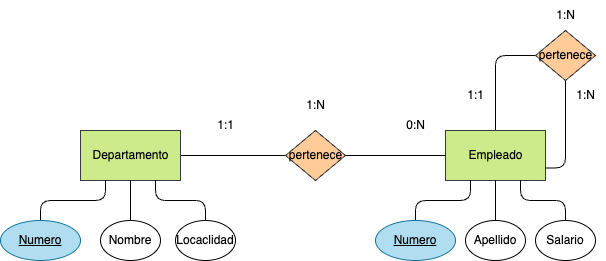
The draw.io diagram Tareas/Unidad_2/tarea1/Ejercicio6a.drawio.png in antonioinigo/base-datos, before a commit. Source tidied: cells renumbered, new cells last; positions are measured from the earlier drawing's top-left corner, leaving out a move shared by most shapes. The source it was exported from:
```xml
<mxGraphModel>
  <root>
    <mxCell id="0" />
    <mxCell id="1" parent="0" />
    <mxCell id="2" style="html=1;entryX=0;entryY=0.5;entryDx=0;entryDy=0;fontColor=#000000;endArrow=none;endFill=0;" parent="1" edge="1" source="3" target="7">
      <mxGeometry relative="1" as="geometry" />
    </mxCell>
    <mxCell id="3" value="&lt;font color=&quot;#000000&quot;&gt;Departamento&lt;/font&gt;" style="html=1;dashed=0;whitespace=wrap;fillColor=#cdeb8b;strokeColor=#36393d;" parent="1" vertex="1">
      <mxGeometry x="80" y="130" width="100" height="50" as="geometry" />
    </mxCell>
    <mxCell id="4" style="edgeStyle=orthogonalEdgeStyle;html=1;endArrow=none;endFill=0;" parent="1" edge="1" source="5">
      <mxGeometry relative="1" as="geometry">
        <mxPoint x="545" y="55" as="targetPoint" />
        <Array as="points">
          <mxPoint x="495" y="55" />
        </Array>
      </mxGeometry>
    </mxCell>
    <mxCell id="5" value="&lt;font color=&quot;#000000&quot;&gt;Empleado&lt;br&gt;&lt;/font&gt;" style="html=1;dashed=0;whitespace=wrap;fillColor=#cdeb8b;strokeColor=#36393d;" parent="1" vertex="1">
      <mxGeometry x="445" y="130" width="100" height="50" as="geometry" />
    </mxCell>
    <mxCell id="6" style="edgeStyle=none;html=1;fontColor=#000000;endArrow=none;endFill=0;" parent="1" edge="1" source="7" target="5">
      <mxGeometry relative="1" as="geometry" />
    </mxCell>
    <mxCell id="7" value="&lt;font color=&quot;#000000&quot;&gt;pertenece&lt;/font&gt;" style="shape=rhombus;html=1;dashed=0;whitespace=wrap;perimeter=rhombusPerimeter;fillColor=#ffcc99;strokeColor=#36393d;" parent="1" vertex="1">
      <mxGeometry x="285" y="130" width="60" height="50" as="geometry" />
    </mxCell>
    <mxCell id="8" value="1:1" style="text;html=1;align=center;verticalAlign=middle;strokeColor=none;fillColor=none;fontColor=#000000;" parent="1" vertex="1">
      <mxGeometry x="205" y="110" width="40" height="30" as="geometry" />
    </mxCell>
    <mxCell id="9" value="0:N" style="text;html=1;align=center;verticalAlign=middle;strokeColor=none;fillColor=none;fontColor=#000000;" parent="1" vertex="1">
      <mxGeometry x="395" y="110" width="40" height="30" as="geometry" />
    </mxCell>
    <mxCell id="10" value="1:N" style="text;html=1;align=center;verticalAlign=middle;strokeColor=none;fillColor=none;fontColor=#000000;" parent="1" vertex="1">
      <mxGeometry x="295" y="90" width="40" height="30" as="geometry" />
    </mxCell>
    <mxCell id="11" style="edgeStyle=orthogonalEdgeStyle;html=1;entryX=1;entryY=0.75;entryDx=0;entryDy=0;endArrow=none;endFill=0;" parent="1" edge="1" source="12" target="5">
      <mxGeometry relative="1" as="geometry" />
    </mxCell>
    <mxCell id="12" value="&lt;font color=&quot;#000000&quot;&gt;pertenece&lt;/font&gt;" style="shape=rhombus;html=1;dashed=0;whitespace=wrap;perimeter=rhombusPerimeter;fillColor=#ffcc99;strokeColor=#36393d;" parent="1" vertex="1">
      <mxGeometry x="535" y="30" width="60" height="50" as="geometry" />
    </mxCell>
    <mxCell id="13" style="edgeStyle=orthogonalEdgeStyle;html=1;entryX=0.25;entryY=1;entryDx=0;entryDy=0;fontColor=#000000;endArrow=none;endFill=0;" parent="1" edge="1" source="14" target="3">
      <mxGeometry relative="1" as="geometry" />
    </mxCell>
    <mxCell id="14" value="&lt;font color=&quot;#000000&quot;&gt;Numero&lt;/font&gt;" style="ellipse;whiteSpace=wrap;html=1;align=center;fontStyle=4;fillColor=#b1ddf0;strokeColor=#10739e;" parent="1" vertex="1">
      <mxGeometry y="220" width="80" height="40" as="geometry" />
    </mxCell>
    <mxCell id="15" style="edgeStyle=orthogonalEdgeStyle;html=1;entryX=0.5;entryY=1;entryDx=0;entryDy=0;fontColor=#000000;endArrow=none;endFill=0;" parent="1" edge="1" source="16" target="3">
      <mxGeometry relative="1" as="geometry" />
    </mxCell>
    <mxCell id="16" value="Nombre" style="ellipse;whiteSpace=wrap;html=1;align=center;fontColor=#000000;" parent="1" vertex="1">
      <mxGeometry x="100" y="220" width="60" height="40" as="geometry" />
    </mxCell>
    <mxCell id="17" style="edgeStyle=orthogonalEdgeStyle;html=1;entryX=0.75;entryY=1;entryDx=0;entryDy=0;fontColor=#000000;endArrow=none;endFill=0;" parent="1" edge="1" source="18" target="3">
      <mxGeometry relative="1" as="geometry" />
    </mxCell>
    <mxCell id="18" value="Locaclidad" style="ellipse;whiteSpace=wrap;html=1;align=center;fontColor=#000000;" parent="1" vertex="1">
      <mxGeometry x="175" y="220" width="60" height="40" as="geometry" />
    </mxCell>
    <mxCell id="19" style="edgeStyle=orthogonalEdgeStyle;html=1;entryX=0.25;entryY=1;entryDx=0;entryDy=0;fontColor=#000000;endArrow=none;endFill=0;" parent="1" edge="1" source="20" target="5">
      <mxGeometry relative="1" as="geometry" />
    </mxCell>
    <mxCell id="20" value="&lt;font color=&quot;#000000&quot;&gt;Numero&lt;/font&gt;" style="ellipse;whiteSpace=wrap;html=1;align=center;fontStyle=4;fillColor=#b1ddf0;strokeColor=#10739e;" parent="1" vertex="1">
      <mxGeometry x="375" y="220" width="80" height="40" as="geometry" />
    </mxCell>
    <mxCell id="21" style="edgeStyle=orthogonalEdgeStyle;html=1;entryX=0.5;entryY=1;entryDx=0;entryDy=0;fontColor=#000000;endArrow=none;endFill=0;" parent="1" edge="1" source="22" target="5">
      <mxGeometry relative="1" as="geometry" />
    </mxCell>
    <mxCell id="22" value="Apellido" style="ellipse;whiteSpace=wrap;html=1;align=center;fontColor=#000000;" parent="1" vertex="1">
      <mxGeometry x="465" y="220" width="60" height="40" as="geometry" />
    </mxCell>
    <mxCell id="23" style="edgeStyle=orthogonalEdgeStyle;html=1;entryX=0.75;entryY=1;entryDx=0;entryDy=0;fontColor=#000000;endArrow=none;endFill=0;" parent="1" edge="1" source="24" target="5">
      <mxGeometry relative="1" as="geometry" />
    </mxCell>
    <mxCell id="24" value="Salario" style="ellipse;whiteSpace=wrap;html=1;align=center;fontColor=#000000;" parent="1" vertex="1">
      <mxGeometry x="535" y="220" width="60" height="40" as="geometry" />
    </mxCell>
    <mxCell id="25" value="1:N" style="text;html=1;align=center;verticalAlign=middle;strokeColor=none;fillColor=none;fontColor=#000000;" parent="1" vertex="1">
      <mxGeometry x="545" width="40" height="30" as="geometry" />
    </mxCell>
    <mxCell id="26" value="1:N" style="text;html=1;align=center;verticalAlign=middle;strokeColor=none;fillColor=none;fontColor=#000000;" parent="1" vertex="1">
      <mxGeometry x="565" y="80" width="40" height="30" as="geometry" />
    </mxCell>
    <mxCell id="27" value="1:1" style="text;html=1;align=center;verticalAlign=middle;strokeColor=none;fillColor=none;fontColor=#000000;" parent="1" vertex="1">
      <mxGeometry x="455" y="80" width="40" height="30" as="geometry" />
    </mxCell>
  </root>
</mxGraphModel>
```
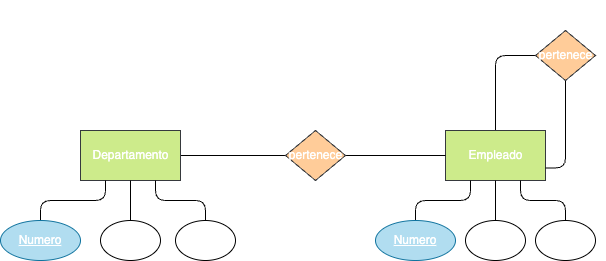
After the commit.

The edit, as a diff of the source:
```diff
@@ -2,13 +2,13 @@
   <root>
     <mxCell id="0" />
     <mxCell id="1" parent="0" />
-    <mxCell id="2" style="html=1;entryX=0;entryY=0.5;entryDx=0;entryDy=0;fontColor=#000000;endArrow=none;endFill=0;" parent="1" edge="1" source="3" target="7">
+    <mxCell id="2" style="html=1;entryX=0;entryY=0.5;entryDx=0;entryDy=0;fontColor=#FFFFFF;endArrow=none;endFill=0;" parent="1" edge="1" source="3" target="7">
       <mxGeometry relative="1" as="geometry" />
     </mxCell>
-    <mxCell id="3" value="&lt;font color=&quot;#000000&quot;&gt;Departamento&lt;/font&gt;" style="html=1;dashed=0;whitespace=wrap;fillColor=#cdeb8b;strokeColor=#36393d;" parent="1" vertex="1">
+    <mxCell id="3" value="&lt;font&gt;Departamento&lt;/font&gt;" style="html=1;dashed=0;whitespace=wrap;fillColor=#cdeb8b;strokeColor=#36393d;fontColor=#FFFFFF;" parent="1" vertex="1">
       <mxGeometry x="80" y="130" width="100" height="50" as="geometry" />
     </mxCell>
-    <mxCell id="4" style="edgeStyle=orthogonalEdgeStyle;html=1;endArrow=none;endFill=0;" parent="1" edge="1" source="5">
+    <mxCell id="4" style="edgeStyle=orthogonalEdgeStyle;html=1;endArrow=none;endFill=0;fontColor=#FFFFFF;" parent="1" edge="1" source="5">
       <mxGeometry relative="1" as="geometry">
         <mxPoint x="545" y="55" as="targetPoint" />
         <Array as="points">
@@ -16,73 +16,73 @@
         </Array>
       </mxGeometry>
     </mxCell>
-    <mxCell id="5" value="&lt;font color=&quot;#000000&quot;&gt;Empleado&lt;br&gt;&lt;/font&gt;" style="html=1;dashed=0;whitespace=wrap;fillColor=#cdeb8b;strokeColor=#36393d;" parent="1" vertex="1">
+    <mxCell id="5" value="&lt;font&gt;Empleado&lt;br&gt;&lt;/font&gt;" style="html=1;dashed=0;whitespace=wrap;fillColor=#cdeb8b;strokeColor=#36393d;fontColor=#FFFFFF;" parent="1" vertex="1">
       <mxGeometry x="445" y="130" width="100" height="50" as="geometry" />
     </mxCell>
-    <mxCell id="6" style="edgeStyle=none;html=1;fontColor=#000000;endArrow=none;endFill=0;" parent="1" edge="1" source="7" target="5">
+    <mxCell id="6" style="edgeStyle=none;html=1;fontColor=#FFFFFF;endArrow=none;endFill=0;" parent="1" edge="1" source="7" target="5">
       <mxGeometry relative="1" as="geometry" />
     </mxCell>
-    <mxCell id="7" value="&lt;font color=&quot;#000000&quot;&gt;pertenece&lt;/font&gt;" style="shape=rhombus;html=1;dashed=0;whitespace=wrap;perimeter=rhombusPerimeter;fillColor=#ffcc99;strokeColor=#36393d;" parent="1" vertex="1">
+    <mxCell id="7" value="&lt;font&gt;pertenece&lt;/font&gt;" style="shape=rhombus;html=1;dashed=0;whitespace=wrap;perimeter=rhombusPerimeter;fillColor=#ffcc99;strokeColor=#36393d;fontColor=#FFFFFF;" parent="1" vertex="1">
       <mxGeometry x="285" y="130" width="60" height="50" as="geometry" />
     </mxCell>
-    <mxCell id="8" value="1:1" style="text;html=1;align=center;verticalAlign=middle;strokeColor=none;fillColor=none;fontColor=#000000;" parent="1" vertex="1">
+    <mxCell id="8" value="1:1" style="text;html=1;align=center;verticalAlign=middle;strokeColor=none;fillColor=none;fontColor=#FFFFFF;" parent="1" vertex="1">
       <mxGeometry x="205" y="110" width="40" height="30" as="geometry" />
     </mxCell>
-    <mxCell id="9" value="0:N" style="text;html=1;align=center;verticalAlign=middle;strokeColor=none;fillColor=none;fontColor=#000000;" parent="1" vertex="1">
+    <mxCell id="9" value="0:N" style="text;html=1;align=center;verticalAlign=middle;strokeColor=none;fillColor=none;fontColor=#FFFFFF;" parent="1" vertex="1">
       <mxGeometry x="395" y="110" width="40" height="30" as="geometry" />
     </mxCell>
-    <mxCell id="10" value="1:N" style="text;html=1;align=center;verticalAlign=middle;strokeColor=none;fillColor=none;fontColor=#000000;" parent="1" vertex="1">
+    <mxCell id="10" value="1:N" style="text;html=1;align=center;verticalAlign=middle;strokeColor=none;fillColor=none;fontColor=#FFFFFF;" parent="1" vertex="1">
       <mxGeometry x="295" y="90" width="40" height="30" as="geometry" />
     </mxCell>
-    <mxCell id="11" style="edgeStyle=orthogonalEdgeStyle;html=1;entryX=1;entryY=0.75;entryDx=0;entryDy=0;endArrow=none;endFill=0;" parent="1" edge="1" source="12" target="5">
+    <mxCell id="11" style="edgeStyle=orthogonalEdgeStyle;html=1;entryX=1;entryY=0.75;entryDx=0;entryDy=0;endArrow=none;endFill=0;fontColor=#FFFFFF;" parent="1" edge="1" source="12" target="5">
       <mxGeometry relative="1" as="geometry" />
     </mxCell>
-    <mxCell id="12" value="&lt;font color=&quot;#000000&quot;&gt;pertenece&lt;/font&gt;" style="shape=rhombus;html=1;dashed=0;whitespace=wrap;perimeter=rhombusPerimeter;fillColor=#ffcc99;strokeColor=#36393d;" parent="1" vertex="1">
+    <mxCell id="12" value="&lt;font&gt;pertenece&lt;/font&gt;" style="shape=rhombus;html=1;dashed=0;whitespace=wrap;perimeter=rhombusPerimeter;fillColor=#ffcc99;strokeColor=#36393d;fontColor=#FFFFFF;" parent="1" vertex="1">
       <mxGeometry x="535" y="30" width="60" height="50" as="geometry" />
     </mxCell>
-    <mxCell id="13" style="edgeStyle=orthogonalEdgeStyle;html=1;entryX=0.25;entryY=1;entryDx=0;entryDy=0;fontColor=#000000;endArrow=none;endFill=0;" parent="1" edge="1" source="14" target="3">
+    <mxCell id="13" style="edgeStyle=orthogonalEdgeStyle;html=1;entryX=0.25;entryY=1;entryDx=0;entryDy=0;fontColor=#FFFFFF;endArrow=none;endFill=0;" parent="1" edge="1" source="14" target="3">
       <mxGeometry relative="1" as="geometry" />
     </mxCell>
-    <mxCell id="14" value="&lt;font color=&quot;#000000&quot;&gt;Numero&lt;/font&gt;" style="ellipse;whiteSpace=wrap;html=1;align=center;fontStyle=4;fillColor=#b1ddf0;strokeColor=#10739e;" parent="1" vertex="1">
+    <mxCell id="14" value="&lt;font&gt;Numero&lt;/font&gt;" style="ellipse;whiteSpace=wrap;html=1;align=center;fontStyle=4;fillColor=#b1ddf0;strokeColor=#10739e;fontColor=#FFFFFF;" parent="1" vertex="1">
       <mxGeometry y="220" width="80" height="40" as="geometry" />
     </mxCell>
-    <mxCell id="15" style="edgeStyle=orthogonalEdgeStyle;html=1;entryX=0.5;entryY=1;entryDx=0;entryDy=0;fontColor=#000000;endArrow=none;endFill=0;" parent="1" edge="1" source="16" target="3">
+    <mxCell id="15" style="edgeStyle=orthogonalEdgeStyle;html=1;entryX=0.5;entryY=1;entryDx=0;entryDy=0;fontColor=#FFFFFF;endArrow=none;endFill=0;" parent="1" edge="1" source="16" target="3">
       <mxGeometry relative="1" as="geometry" />
     </mxCell>
-    <mxCell id="16" value="Nombre" style="ellipse;whiteSpace=wrap;html=1;align=center;fontColor=#000000;" parent="1" vertex="1">
+    <mxCell id="16" value="Nombre" style="ellipse;whiteSpace=wrap;html=1;align=center;fontColor=#FFFFFF;" parent="1" vertex="1">
       <mxGeometry x="100" y="220" width="60" height="40" as="geometry" />
     </mxCell>
-    <mxCell id="17" style="edgeStyle=orthogonalEdgeStyle;html=1;entryX=0.75;entryY=1;entryDx=0;entryDy=0;fontColor=#000000;endArrow=none;endFill=0;" parent="1" edge="1" source="18" target="3">
+    <mxCell id="17" style="edgeStyle=orthogonalEdgeStyle;html=1;entryX=0.75;entryY=1;entryDx=0;entryDy=0;fontColor=#FFFFFF;endArrow=none;endFill=0;" parent="1" edge="1" source="18" target="3">
       <mxGeometry relative="1" as="geometry" />
     </mxCell>
-    <mxCell id="18" value="Locaclidad" style="ellipse;whiteSpace=wrap;html=1;align=center;fontColor=#000000;" parent="1" vertex="1">
+    <mxCell id="18" value="Locaclidad" style="ellipse;whiteSpace=wrap;html=1;align=center;fontColor=#FFFFFF;" parent="1" vertex="1">
       <mxGeometry x="175" y="220" width="60" height="40" as="geometry" />
     </mxCell>
-    <mxCell id="19" style="edgeStyle=orthogonalEdgeStyle;html=1;entryX=0.25;entryY=1;entryDx=0;entryDy=0;fontColor=#000000;endArrow=none;endFill=0;" parent="1" edge="1" source="20" target="5">
+    <mxCell id="19" style="edgeStyle=orthogonalEdgeStyle;html=1;entryX=0.25;entryY=1;entryDx=0;entryDy=0;fontColor=#FFFFFF;endArrow=none;endFill=0;" parent="1" edge="1" source="20" target="5">
       <mxGeometry relative="1" as="geometry" />
     </mxCell>
-    <mxCell id="20" value="&lt;font color=&quot;#000000&quot;&gt;Numero&lt;/font&gt;" style="ellipse;whiteSpace=wrap;html=1;align=center;fontStyle=4;fillColor=#b1ddf0;strokeColor=#10739e;" parent="1" vertex="1">
+    <mxCell id="20" value="&lt;font&gt;Numero&lt;/font&gt;" style="ellipse;whiteSpace=wrap;html=1;align=center;fontStyle=4;fillColor=#b1ddf0;strokeColor=#10739e;fontColor=#FFFFFF;" parent="1" vertex="1">
       <mxGeometry x="375" y="220" width="80" height="40" as="geometry" />
     </mxCell>
-    <mxCell id="21" style="edgeStyle=orthogonalEdgeStyle;html=1;entryX=0.5;entryY=1;entryDx=0;entryDy=0;fontColor=#000000;endArrow=none;endFill=0;" parent="1" edge="1" source="22" target="5">
+    <mxCell id="21" style="edgeStyle=orthogonalEdgeStyle;html=1;entryX=0.5;entryY=1;entryDx=0;entryDy=0;fontColor=#FFFFFF;endArrow=none;endFill=0;" parent="1" edge="1" source="22" target="5">
       <mxGeometry relative="1" as="geometry" />
     </mxCell>
-    <mxCell id="22" value="Apellido" style="ellipse;whiteSpace=wrap;html=1;align=center;fontColor=#000000;" parent="1" vertex="1">
+    <mxCell id="22" value="Apellido" style="ellipse;whiteSpace=wrap;html=1;align=center;fontColor=#FFFFFF;" parent="1" vertex="1">
       <mxGeometry x="465" y="220" width="60" height="40" as="geometry" />
     </mxCell>
-    <mxCell id="23" style="edgeStyle=orthogonalEdgeStyle;html=1;entryX=0.75;entryY=1;entryDx=0;entryDy=0;fontColor=#000000;endArrow=none;endFill=0;" parent="1" edge="1" source="24" target="5">
+    <mxCell id="23" style="edgeStyle=orthogonalEdgeStyle;html=1;entryX=0.75;entryY=1;entryDx=0;entryDy=0;fontColor=#FFFFFF;endArrow=none;endFill=0;" parent="1" edge="1" source="24" target="5">
       <mxGeometry relative="1" as="geometry" />
     </mxCell>
-    <mxCell id="24" value="Salario" style="ellipse;whiteSpace=wrap;html=1;align=center;fontColor=#000000;" parent="1" vertex="1">
+    <mxCell id="24" value="Salario" style="ellipse;whiteSpace=wrap;html=1;align=center;fontColor=#FFFFFF;" parent="1" vertex="1">
       <mxGeometry x="535" y="220" width="60" height="40" as="geometry" />
     </mxCell>
-    <mxCell id="25" value="1:N" style="text;html=1;align=center;verticalAlign=middle;strokeColor=none;fillColor=none;fontColor=#000000;" parent="1" vertex="1">
+    <mxCell id="25" value="1:N" style="text;html=1;align=center;verticalAlign=middle;strokeColor=none;fillColor=none;fontColor=#FFFFFF;" parent="1" vertex="1">
       <mxGeometry x="545" width="40" height="30" as="geometry" />
     </mxCell>
-    <mxCell id="26" value="1:N" style="text;html=1;align=center;verticalAlign=middle;strokeColor=none;fillColor=none;fontColor=#000000;" parent="1" vertex="1">
+    <mxCell id="26" value="1:N" style="text;html=1;align=center;verticalAlign=middle;strokeColor=none;fillColor=none;fontColor=#FFFFFF;" parent="1" vertex="1">
       <mxGeometry x="565" y="80" width="40" height="30" as="geometry" />
     </mxCell>
-    <mxCell id="27" value="1:1" style="text;html=1;align=center;verticalAlign=middle;strokeColor=none;fillColor=none;fontColor=#000000;" parent="1" vertex="1">
+    <mxCell id="27" value="1:1" style="text;html=1;align=center;verticalAlign=middle;strokeColor=none;fillColor=none;fontColor=#FFFFFF;" parent="1" vertex="1">
       <mxGeometry x="455" y="80" width="40" height="30" as="geometry" />
     </mxCell>
   </root>
```
